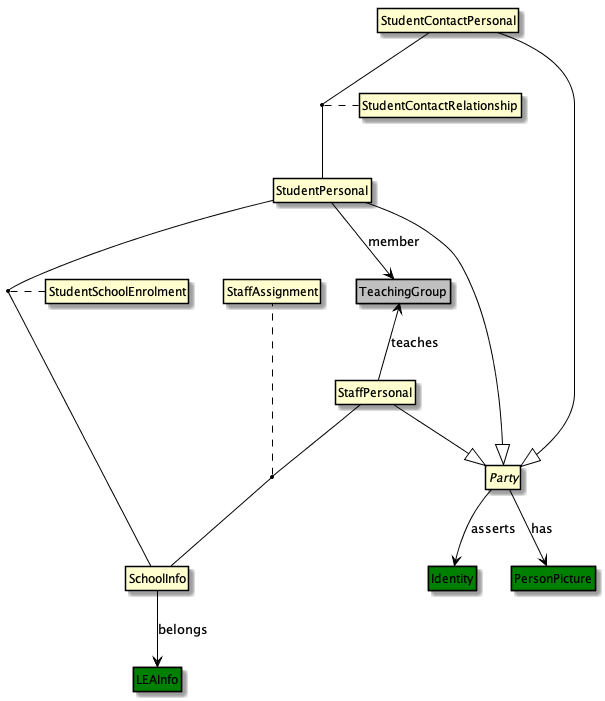
Above: 99_Resources/images/Logical_SBP.png in nsip/specgen_input_au (PlantUML), before the change.
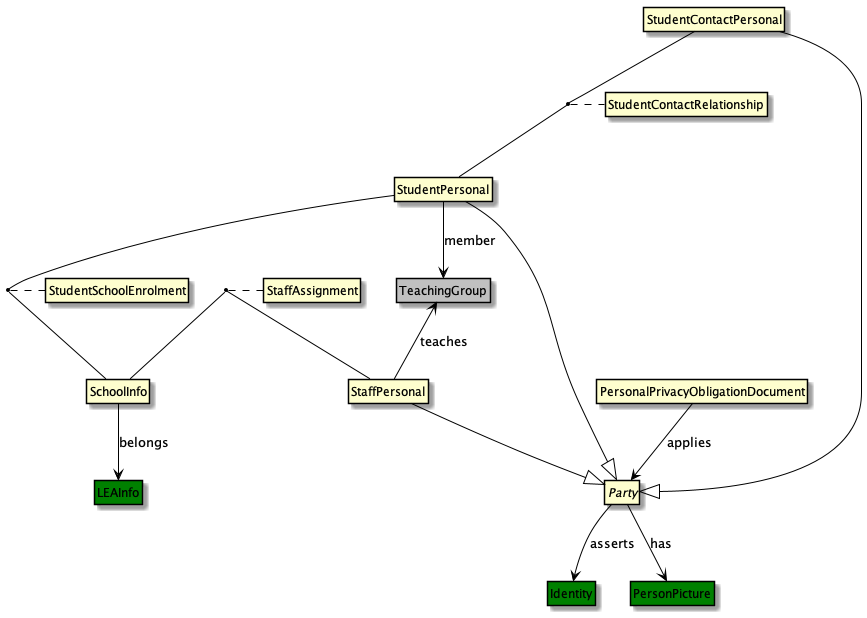
After the change.

Change to the diagram source:
```diff
@@ -12,10 +12,10 @@
 class PersonPicture #green
 class TeachingGroup #silver
 
+StudentPersonal -- SchoolInfo
+(StudentPersonal, SchoolInfo) .. StudentSchoolEnrolment
 StudentContactPersonal -- StudentPersonal
 (StudentContactPersonal, StudentPersonal) .. StudentContactRelationship
-StudentPersonal -- SchoolInfo
-(StudentPersonal, SchoolInfo) .. StudentSchoolEnrolment
 StaffPersonal -- SchoolInfo
 (StaffPersonal, SchoolInfo) .. StaffAssignment
 
@@ -24,6 +24,8 @@
 StudentContactPersonal --|> Party
 StudentPersonal --|> Party
 StaffPersonal --|> Party
+
+PersonalPrivacyObligationDocument --> Party : applies
 
 StudentPersonal -[hidden]-> StaffAssignment
 StaffAssignment -[hidden]-> StaffPersonal
```
